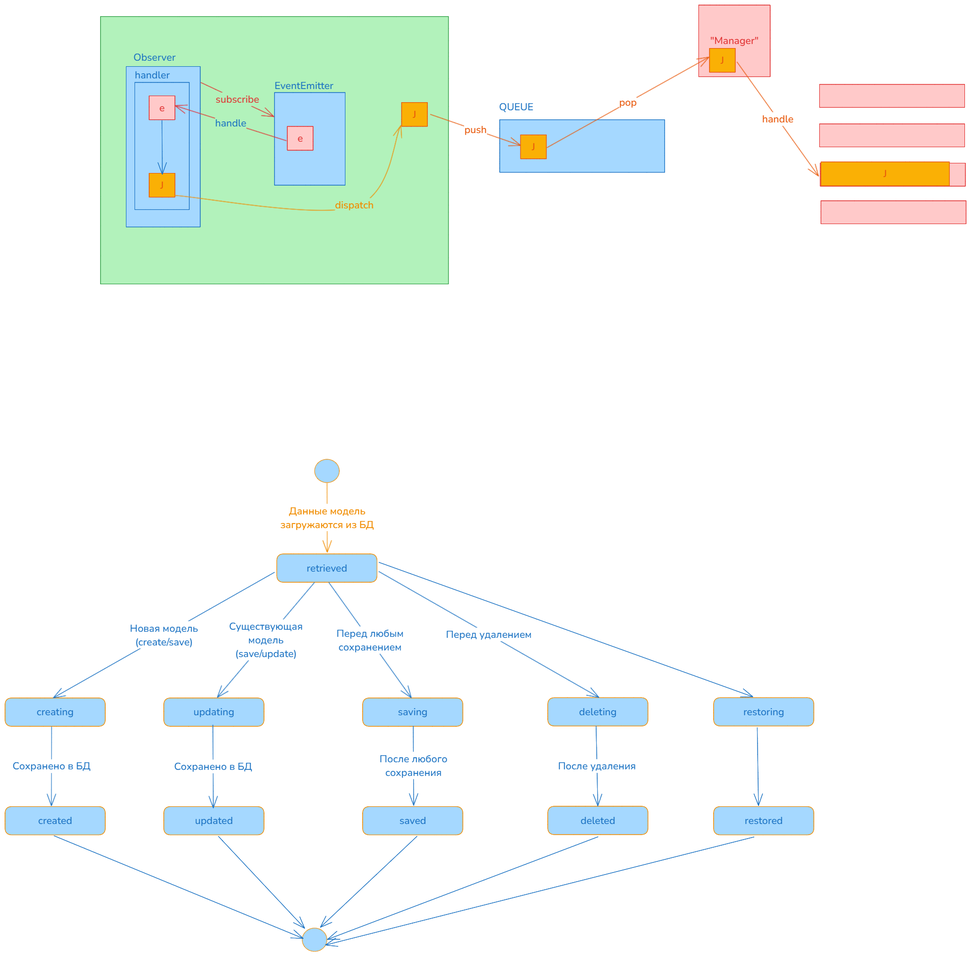
Before: =img=/async.excalidraw.png, a diagram exported from Excalidraw (silvercodes/p32_laravel). Source tidied: one line per element, renumbered; positions are measured from the earlier drawing's top-left corner, leaving out a move shared by most shapes.
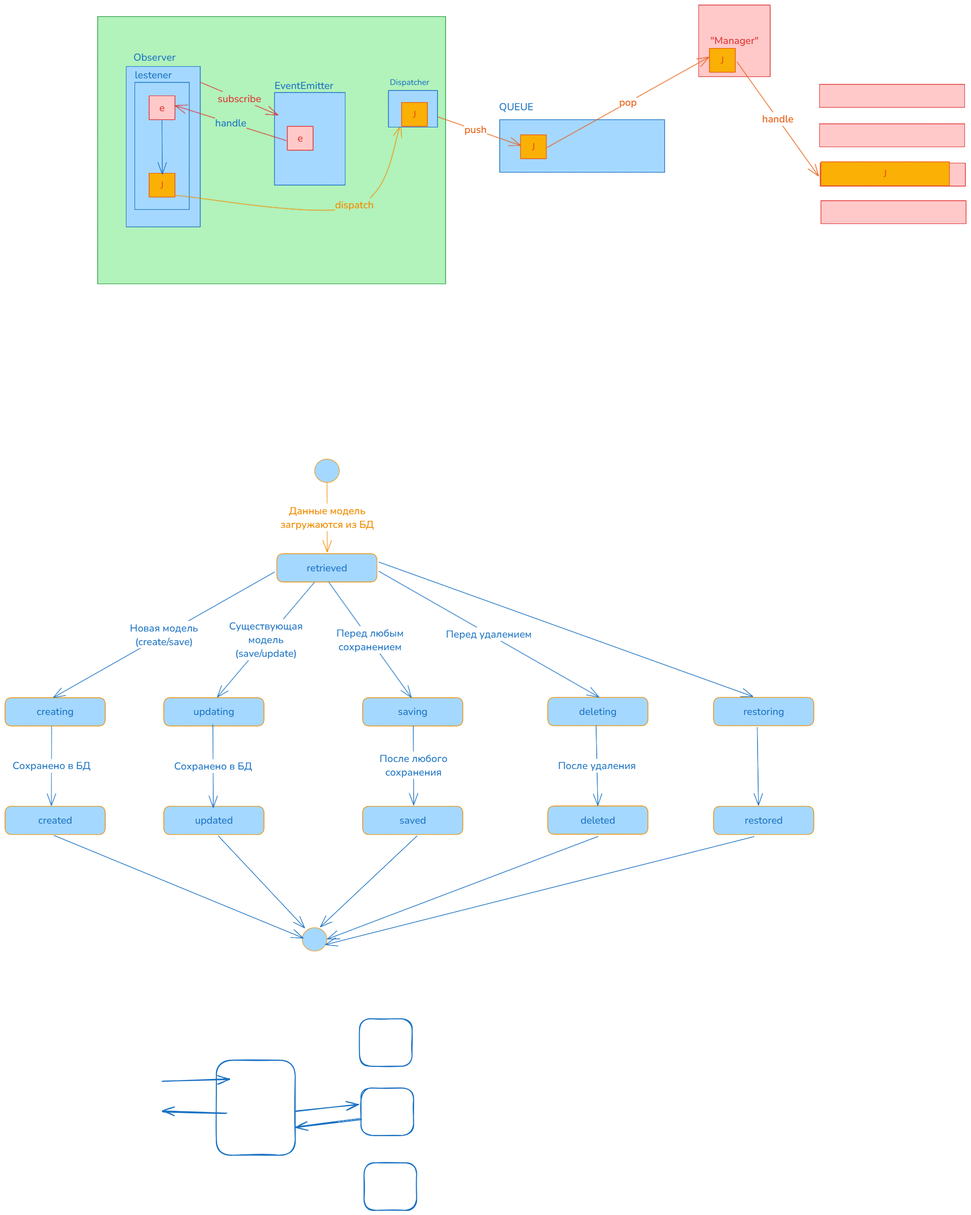
Above is the later version.

Diff of the diagram source:
```diff
@@ -1,4 +1,4 @@
-{"id": 0, "type": "rectangle", "strokeColor": "#2f9e44", "backgroundColor": "#b2f2bb", "fillStyle": "solid", "strokeWidth": 1, "roughness": 0, "x": 189, "y": 23, "width": 688, "height": 529}
+{"id": 0, "type": "rectangle", "strokeColor": "#2f9e44", "backgroundColor": "#b2f2bb", "fillStyle": "solid", "strokeWidth": 1, "roughness": 0, "x": 183, "y": 23, "width": 688, "height": 529}
 {"id": 1, "type": "rectangle", "strokeColor": "#1971c2", "backgroundColor": "#a5d8ff", "fillStyle": "solid", "strokeWidth": 1, "roughness": 0, "x": 978, "y": 227, "width": 326, "height": 104}
 {"id": 2, "type": "text", "text": "QUEUE", "strokeColor": "#1971c2", "backgroundColor": "#a5d8ff", "fillStyle": "solid", "strokeWidth": 1, "roughness": 0, "fontSize": 20, "fontFamily": 6, "x": 977, "y": 188, "width": 68, "height": 27}
 {"id": 3, "type": "rectangle", "strokeColor": "#e03131", "backgroundColor": "#ffc9c9", "fillStyle": "solid", "strokeWidth": 1, "roughness": 0, "x": 1372, "y": 0, "width": 141, "height": 142}
@@ -7,8 +7,6 @@
 {"id": 6, "type": "rectangle", "strokeColor": "#e03131", "backgroundColor": "#ffc9c9", "fillStyle": "solid", "strokeWidth": 1, "roughness": 0, "x": 1611, "y": 235, "width": 287, "height": 46}
 {"id": 7, "type": "rectangle", "strokeColor": "#e03131", "backgroundColor": "#ffc9c9", "fillStyle": "solid", "strokeWidth": 1, "roughness": 0, "x": 1612, "y": 312, "width": 287, "height": 46}
 {"id": 8, "type": "rectangle", "strokeColor": "#e03131", "backgroundColor": "#ffc9c9", "fillStyle": "solid", "strokeWidth": 1, "roughness": 0, "x": 1613, "y": 387, "width": 287, "height": 46}
-{"id": 9, "type": "rectangle", "strokeColor": "#e8590c", "backgroundColor": "#fab005", "fillStyle": "solid", "strokeWidth": 1, "roughness": 0, "x": 784, "y": 193, "width": 51, "height": 47}
-{"id": 10, "type": "text", "text": "J", "strokeColor": "#e8590c", "backgroundColor": "#fab005", "fillStyle": "solid", "strokeWidth": 1, "roughness": 0, "fontSize": 20, "fontFamily": 6, "textAlign": "center", "verticalAlign": "middle", "inside": 9, "x": 806, "y": 203, "width": 7, "height": 27}
 {"id": 11, "type": "arrow", "strokeColor": "#e8590c", "backgroundColor": "#fab005", "fillStyle": "solid", "strokeWidth": 1, "roughness": 0, "endArrowhead": "arrow", "round": true, "from": 9, "to": 13, "x": 841, "y": 216, "width": 179, "height": 62, "points": [[0, 0], [179, 62]]}
 {"id": 12, "type": "text", "text": "push", "strokeColor": "#e8590c", "backgroundColor": "#fab005", "fillStyle": "solid", "strokeWidth": 1, "roughness": 0, "fontSize": 20, "fontFamily": 6, "textAlign": "center", "verticalAlign": "middle", "inside": 11, "x": 915, "y": 249, "width": 44, "height": 27}
 {"id": 13, "type": "rectangle", "strokeColor": "#e8590c", "backgroundColor": "#fab005", "fillStyle": "solid", "strokeWidth": 1, "roughness": 0, "x": 1019, "y": 257, "width": 51, "height": 47}
@@ -21,16 +19,16 @@
 {"id": 20, "type": "text", "text": "pop", "strokeColor": "#e8590c", "backgroundColor": "#fab005", "fillStyle": "solid", "strokeWidth": 1, "roughness": 0, "fontSize": 20, "fontFamily": 6, "textAlign": "center", "verticalAlign": "middle", "inside": 19, "x": 1214, "y": 178, "width": 35, "height": 27}
 {"id": 21, "type": "rectangle", "strokeColor": "#e8590c", "backgroundColor": "#fab005", "fillStyle": "solid", "strokeWidth": 1, "roughness": 0, "x": 1613, "y": 310, "width": 254, "height": 47}
 {"id": 22, "type": "text", "text": "J", "strokeColor": "#e8590c", "backgroundColor": "#fab005", "fillStyle": "solid", "strokeWidth": 1, "roughness": 0, "fontSize": 20, "fontFamily": 6, "textAlign": "center", "verticalAlign": "middle", "inside": 21, "x": 1737, "y": 320, "width": 7, "height": 27}
-{"id": 23, "type": "rectangle", "strokeColor": "#1971c2", "backgroundColor": "#a5d8ff", "fillStyle": "solid", "strokeWidth": 1, "roughness": 0, "x": 533, "y": 173, "width": 140, "height": 183}
+{"id": 91, "type": "rectangle", "strokeColor": "#1971c2", "backgroundColor": "#a5d8ff", "fillStyle": "solid", "strokeWidth": 1, "roughness": 0, "x": 533, "y": 173, "width": 140, "height": 183}
 {"id": 24, "type": "text", "text": "EventEmitter", "strokeColor": "#1971c2", "backgroundColor": "#a5d8ff", "fillStyle": "solid", "strokeWidth": 1, "roughness": 0, "fontSize": 20, "fontFamily": 6, "x": 533, "y": 146, "width": 117, "height": 27}
 {"id": 25, "type": "rectangle", "strokeColor": "#1971c2", "backgroundColor": "#a5d8ff", "fillStyle": "solid", "strokeWidth": 1, "roughness": 0, "x": 240, "y": 121, "width": 146, "height": 317}
 {"id": 26, "type": "text", "text": "Observer", "strokeColor": "#1971c2", "backgroundColor": "#a5d8ff", "fillStyle": "solid", "strokeWidth": 1, "roughness": 0, "fontSize": 20, "fontFamily": 6, "x": 254, "y": 90, "width": 84, "height": 27}
 {"id": 27, "type": "rectangle", "strokeColor": "#e03131", "backgroundColor": "#ffc9c9", "fillStyle": "solid", "strokeWidth": 1, "roughness": 0, "x": 558, "y": 240, "width": 51, "height": 47}
 {"id": 28, "type": "text", "text": "e", "strokeColor": "#e03131", "backgroundColor": "#fab005", "fillStyle": "solid", "strokeWidth": 1, "roughness": 0, "fontSize": 20, "fontFamily": 6, "textAlign": "center", "verticalAlign": "middle", "inside": 27, "x": 578, "y": 250, "width": 11, "height": 27}
-{"id": 29, "type": "arrow", "strokeColor": "#e03131", "backgroundColor": "#ffc9c9", "fillStyle": "solid", "strokeWidth": 1, "roughness": 0, "endArrowhead": "arrow", "round": true, "from": 25, "to": 23, "x": 387, "y": 153, "width": 145, "height": 68, "points": [[0, 0], [145, 68]]}
+{"id": 29, "type": "arrow", "strokeColor": "#e03131", "backgroundColor": "#ffc9c9", "fillStyle": "solid", "strokeWidth": 1, "roughness": 0, "endArrowhead": "arrow", "round": true, "from": 25, "to": 91, "x": 387, "y": 153, "width": 153, "height": 64, "points": [[0, 0], [153, 64]]}
 {"id": 30, "type": "text", "text": "subscribe", "strokeColor": "#e03131", "backgroundColor": "#ffc9c9", "fillStyle": "solid", "strokeWidth": 1, "roughness": 0, "fontSize": 20, "fontFamily": 6, "textAlign": "center", "verticalAlign": "middle", "inside": 29, "x": 414, "y": 163, "width": 86, "height": 27}
 {"id": 31, "type": "rectangle", "strokeColor": "#1971c2", "backgroundColor": "#a5d8ff", "fillStyle": "solid", "strokeWidth": 1, "roughness": 0, "x": 257, "y": 153, "width": 108, "height": 251}
-{"id": 32, "type": "text", "text": "handler", "strokeColor": "#1971c2", "backgroundColor": "#a5d8ff", "fillStyle": "solid", "strokeWidth": 1, "roughness": 0, "fontSize": 20, "fontFamily": 6, "x": 257, "y": 125, "width": 69, "height": 27}
+{"id": 32, "type": "text", "text": "lestener", "strokeColor": "#1971c2", "backgroundColor": "#a5d8ff", "fillStyle": "solid", "strokeWidth": 1, "roughness": 0, "fontSize": 20, "fontFamily": 6, "x": 257, "y": 125, "width": 73, "height": 27}
 {"id": 33, "type": "rectangle", "strokeColor": "#e03131", "backgroundColor": "#ffc9c9", "fillStyle": "solid", "strokeWidth": 1, "roughness": 0, "x": 285, "y": 179, "width": 51, "height": 47}
 {"id": 34, "type": "text", "text": "e", "strokeColor": "#e03131", "backgroundColor": "#fab005", "fillStyle": "solid", "strokeWidth": 1, "roughness": 0, "fontSize": 20, "fontFamily": 6, "textAlign": "center", "verticalAlign": "middle", "inside": 33, "x": 305, "y": 190, "width": 11, "height": 27}
 {"id": 35, "type": "arrow", "strokeColor": "#e03131", "backgroundColor": "#ffc9c9", "fillStyle": "solid", "strokeWidth": 1, "roughness": 0, "endArrowhead": "arrow", "round": true, "from": 27, "to": 33, "x": 556, "y": 268, "width": 220, "height": 69, "points": [[0, 0], [-220, -69]]}
@@ -89,3 +87,15 @@
 {"id": 88, "type": "arrow", "strokeColor": "#1971c2", "backgroundColor": "#a5d8ff", "fillStyle": "solid", "strokeWidth": 1, "roughness": 0, "endArrowhead": "arrow", "round": true, "from": 45, "to": 84, "x": 739, "y": 1102, "width": 740, "height": 266, "points": [[0, 0], [740, 266]]}
 {"id": 89, "type": "arrow", "strokeColor": "#1971c2", "backgroundColor": "#a5d8ff", "fillStyle": "solid", "strokeWidth": 1, "roughness": 0, "endArrowhead": "arrow", "round": true, "from": 84, "to": 86, "x": 1487, "y": 1428, "width": 2, "height": 154, "points": [[0, 0], [2, 154]]}
 {"id": 90, "type": "arrow", "strokeColor": "#1971c2", "backgroundColor": "#a5d8ff", "fillStyle": "solid", "strokeWidth": 1, "roughness": 0, "endArrowhead": "arrow", "round": true, "from": 86, "to": 79, "x": 1481, "y": 1645, "width": 848, "height": 214, "points": [[0, 0], [-848, 214]]}
+{"id": 23, "type": "rectangle", "strokeColor": "#1971c2", "backgroundColor": "#a5d8ff", "fillStyle": "solid", "strokeWidth": 1, "roughness": 0, "x": 758, "y": 169, "width": 97, "height": 73}
+{"id": 92, "type": "text", "text": "Dispatcher", "strokeColor": "#1971c2", "strokeWidth": 2, "roughness": 1, "fontSize": 16, "fontFamily": 6, "x": 761, "y": 142, "width": 78, "height": 22}
+{"id": 9, "type": "rectangle", "strokeColor": "#e8590c", "backgroundColor": "#fab005", "fillStyle": "solid", "strokeWidth": 1, "roughness": 0, "x": 784, "y": 193, "width": 51, "height": 47}
+{"id": 10, "type": "text", "text": "J", "strokeColor": "#e8590c", "backgroundColor": "#fab005", "fillStyle": "solid", "strokeWidth": 1, "roughness": 0, "fontSize": 20, "fontFamily": 6, "textAlign": "center", "verticalAlign": "middle", "inside": 9, "x": 806, "y": 203, "width": 7, "height": 27}
+{"id": 93, "type": "rectangle", "strokeColor": "#1971c2", "strokeWidth": 2, "roughness": 1, "round": true, "x": 418, "y": 2087, "width": 156, "height": 188}
+{"id": 94, "type": "arrow", "strokeColor": "#1971c2", "strokeWidth": 2, "roughness": 1, "endArrowhead": "arrow", "round": true, "to": 93, "x": 311, "y": 2128, "width": 132, "height": 4, "points": [[0, 0], [132, -4]]}
+{"id": 95, "type": "arrow", "strokeColor": "#1971c2", "strokeWidth": 2, "roughness": 1, "endArrowhead": "arrow", "round": true, "from": 93, "x": 437, "y": 2192, "width": 124, "height": 3, "points": [[0, 0], [-124, -3]]}
+{"id": 96, "type": "rectangle", "strokeColor": "#1971c2", "strokeWidth": 2, "roughness": 1, "round": true, "x": 701, "y": 2005, "width": 104, "height": 94}
+{"id": 97, "type": "rectangle", "strokeColor": "#1971c2", "strokeWidth": 2, "roughness": 1, "round": true, "x": 704, "y": 2142, "width": 104, "height": 94}
+{"id": 98, "type": "rectangle", "strokeColor": "#1971c2", "strokeWidth": 2, "roughness": 1, "round": true, "x": 710, "y": 2290, "width": 104, "height": 94}
+{"id": 99, "type": "arrow", "strokeColor": "#1971c2", "strokeWidth": 2, "roughness": 1, "endArrowhead": "arrow", "round": true, "from": 93, "to": 97, "x": 574, "y": 2189, "width": 125, "height": 14, "points": [[0, 0], [125, -14]]}
+{"id": 100, "type": "arrow", "strokeColor": "#1971c2", "strokeWidth": 2, "roughness": 1, "endArrowhead": "arrow", "round": true, "from": 97, "to": 93, "x": 703, "y": 2203, "width": 127, "height": 16, "points": [[0, 0], [-127, 16]]}
```
